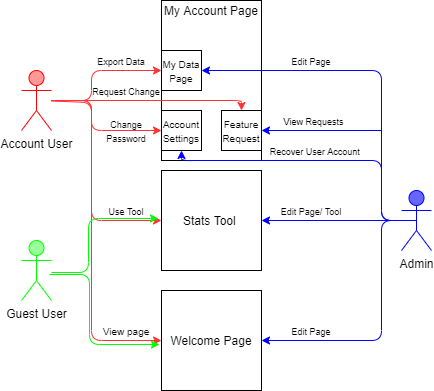
Earlier version of the draw.io export Use_Cases/Overalll_Use_Case.png (jbonvissuto/COSC412-Jackson-Bonvissuto). Source tidied: cells renumbered, new cells last; positions are measured from the earlier drawing's top-left corner, leaving out a move shared by most shapes. Its diagram source:
```xml
<mxGraphModel>
  <root>
    <mxCell id="0" />
    <mxCell id="1" parent="0" />
    <mxCell id="2" style="rounded=0;whiteSpace=wrap;html=1;" parent="1" vertex="1">
      <mxGeometry x="140" width="100" height="160" as="geometry" />
    </mxCell>
    <mxCell id="3" value="Account User" style="shape=umlActor;verticalLabelPosition=bottom;verticalAlign=top;html=1;outlineConnect=0;strokeColor=#FF0000;fillColor=#FF9999;" parent="1" vertex="1">
      <mxGeometry y="70" width="30" height="60" as="geometry" />
    </mxCell>
    <mxCell id="4" value="Guest User&lt;br&gt;" style="shape=umlActor;verticalLabelPosition=bottom;verticalAlign=top;html=1;strokeColor=#00FF00;fillColor=#99FF99;" parent="1" vertex="1">
      <mxGeometry y="240" width="30" height="60" as="geometry" />
    </mxCell>
    <mxCell id="5" value="Admin&lt;br&gt;" style="shape=umlActor;verticalLabelPosition=bottom;verticalAlign=top;html=1;outlineConnect=0;strokeColor=#0000FF;fillColor=#6666FF;" parent="1" vertex="1">
      <mxGeometry x="380" y="190" width="30" height="60" as="geometry" />
    </mxCell>
    <mxCell id="6" value="Welcome Page" style="whiteSpace=wrap;html=1;strokeColor=#000000;fillColor=#FFFFFF;" parent="1" vertex="1">
      <mxGeometry x="140" y="290" width="100" height="100" as="geometry" />
    </mxCell>
    <mxCell id="7" value="Stats Tool&amp;nbsp;" style="whiteSpace=wrap;html=1;strokeColor=#000000;fillColor=#FFFFFF;" parent="1" vertex="1">
      <mxGeometry x="140" y="170" width="100" height="100" as="geometry" />
    </mxCell>
    <mxCell id="8" value="&lt;font style=&quot;font-size: 10px&quot;&gt;My Data Page&lt;/font&gt;" style="whiteSpace=wrap;html=1;strokeColor=#000000;fillColor=#FFFFFF;" parent="1" vertex="1">
      <mxGeometry x="140" y="50" width="40" height="40" as="geometry" />
    </mxCell>
    <mxCell id="9" value="&lt;font style=&quot;font-size: 10px&quot;&gt;Feature Request&lt;/font&gt;" style="whiteSpace=wrap;html=1;strokeColor=#000000;fillColor=#FFFFFF;" parent="1" vertex="1">
      <mxGeometry x="200" y="110" width="40" height="40" as="geometry" />
    </mxCell>
    <mxCell id="10" value="&lt;font style=&quot;font-size: 10px&quot;&gt;Account Settings&lt;/font&gt;" style="rounded=0;whiteSpace=wrap;html=1;strokeColor=#000000;fillColor=#FFFFFF;" parent="1" vertex="1">
      <mxGeometry x="140" y="110" width="40" height="40" as="geometry" />
    </mxCell>
    <mxCell id="11" style="endArrow=classic;html=1;entryX=0;entryY=0.5;entryDx=0;entryDy=0;strokeColor=#FF3333;" parent="1" edge="1" source="3" target="7">
      <mxGeometry relative="1" as="geometry">
        <Array as="points">
          <mxPoint x="70" y="100" />
          <mxPoint x="70" y="220" />
        </Array>
      </mxGeometry>
    </mxCell>
    <mxCell id="12" style="endArrow=classic;html=1;entryX=0;entryY=0.5;entryDx=0;entryDy=0;strokeColor=#FF3333;" parent="1" edge="1" source="3" target="8">
      <mxGeometry relative="1" as="geometry">
        <Array as="points">
          <mxPoint x="70" y="100" />
          <mxPoint x="70" y="70" />
        </Array>
      </mxGeometry>
    </mxCell>
    <mxCell id="13" style="endArrow=classic;html=1;entryX=0;entryY=0.5;entryDx=0;entryDy=0;strokeColor=#FF3333;" parent="1" edge="1" source="3" target="10">
      <mxGeometry relative="1" as="geometry">
        <Array as="points">
          <mxPoint x="70" y="102" />
          <mxPoint x="70" y="130" />
        </Array>
      </mxGeometry>
    </mxCell>
    <mxCell id="14" style="endArrow=classic;html=1;entryX=0.5;entryY=0;entryDx=0;entryDy=0;strokeColor=#FF3333;" parent="1" edge="1" source="3" target="9">
      <mxGeometry relative="1" as="geometry">
        <Array as="points">
          <mxPoint x="220" y="100" />
        </Array>
      </mxGeometry>
    </mxCell>
    <mxCell id="15" style="endArrow=classic;html=1;entryX=0;entryY=0.5;entryDx=0;entryDy=0;strokeColor=#FF3333;" parent="1" edge="1" source="3" target="6">
      <mxGeometry relative="1" as="geometry">
        <Array as="points">
          <mxPoint x="70" y="100" />
          <mxPoint x="70" y="340" />
        </Array>
      </mxGeometry>
    </mxCell>
    <mxCell id="16" value="&lt;font style=&quot;font-size: 9px&quot;&gt;Export Data&lt;/font&gt;" style="text;html=1;strokeColor=none;fillColor=none;align=center;verticalAlign=middle;whiteSpace=wrap;rounded=0;" parent="1" vertex="1">
      <mxGeometry x="70" y="50" width="60" height="20" as="geometry" />
    </mxCell>
    <mxCell id="17" value="&lt;font style=&quot;font-size: 9px&quot;&gt;Request Change&lt;/font&gt;" style="text;html=1;strokeColor=none;fillColor=none;align=center;verticalAlign=middle;whiteSpace=wrap;rounded=0;" parent="1" vertex="1">
      <mxGeometry x="70" y="80" width="70" height="20" as="geometry" />
    </mxCell>
    <mxCell id="18" value="&lt;font style=&quot;font-size: 9px&quot;&gt;Change Password&lt;/font&gt;" style="text;html=1;strokeColor=none;fillColor=none;align=center;verticalAlign=middle;whiteSpace=wrap;rounded=0;" parent="1" vertex="1">
      <mxGeometry x="70" y="120" width="70" height="20" as="geometry" />
    </mxCell>
    <mxCell id="19" value="&lt;font style=&quot;font-size: 9px&quot;&gt;Use Tool&lt;/font&gt;" style="text;html=1;strokeColor=none;fillColor=none;align=center;verticalAlign=middle;whiteSpace=wrap;rounded=0;" parent="1" vertex="1">
      <mxGeometry x="70" y="200" width="70" height="20" as="geometry" />
    </mxCell>
    <mxCell id="20" value="&lt;font size=&quot;1&quot;&gt;View page&lt;/font&gt;" style="text;html=1;strokeColor=none;fillColor=none;align=center;verticalAlign=middle;whiteSpace=wrap;rounded=0;" parent="1" vertex="1">
      <mxGeometry x="70" y="320" width="70" height="20" as="geometry" />
    </mxCell>
    <mxCell id="21" style="endArrow=classic;html=1;strokeColor=#00FF00;entryX=1;entryY=1;entryDx=0;entryDy=0;fontStyle=1;" parent="1" edge="1">
      <mxGeometry relative="1" as="geometry">
        <mxPoint x="28" y="274" as="sourcePoint" />
        <mxPoint x="138" y="344" as="targetPoint" />
        <Array as="points">
          <mxPoint x="68" y="274" />
          <mxPoint x="68" y="344" />
        </Array>
      </mxGeometry>
    </mxCell>
    <mxCell id="22" style="endArrow=classic;html=1;strokeColor=#00FF00;entryX=1;entryY=1;entryDx=0;entryDy=0;" parent="1" edge="1">
      <mxGeometry relative="1" as="geometry">
        <mxPoint x="30" y="272" as="sourcePoint" />
        <mxPoint x="137" y="218" as="targetPoint" />
        <Array as="points">
          <mxPoint x="67" y="272" />
          <mxPoint x="67" y="218" />
        </Array>
      </mxGeometry>
    </mxCell>
    <mxCell id="23" style="endArrow=classic;html=1;strokeColor=#0000FF;exitX=0.5;exitY=0.5;exitDx=0;exitDy=0;exitPerimeter=0;entryX=1;entryY=0.5;entryDx=0;entryDy=0;" parent="1" edge="1" source="5" target="7">
      <mxGeometry relative="1" as="geometry" />
    </mxCell>
    <mxCell id="24" style="endArrow=classic;html=1;strokeColor=#0000FF;exitX=0.5;exitY=0.5;exitDx=0;exitDy=0;exitPerimeter=0;entryX=1;entryY=0.5;entryDx=0;entryDy=0;" parent="1" edge="1" source="5" target="8">
      <mxGeometry relative="1" as="geometry">
        <Array as="points">
          <mxPoint x="360" y="220" />
          <mxPoint x="360" y="70" />
        </Array>
      </mxGeometry>
    </mxCell>
    <mxCell id="25" style="endArrow=classic;html=1;strokeColor=#0000FF;exitX=0.5;exitY=0.5;exitDx=0;exitDy=0;exitPerimeter=0;entryX=0.5;entryY=1;entryDx=0;entryDy=0;" parent="1" edge="1" source="5" target="10">
      <mxGeometry relative="1" as="geometry">
        <Array as="points">
          <mxPoint x="360" y="220" />
          <mxPoint x="360" y="160" />
          <mxPoint x="160" y="160" />
        </Array>
      </mxGeometry>
    </mxCell>
    <mxCell id="26" style="endArrow=classic;html=1;strokeColor=#0000FF;entryX=1;entryY=0.5;entryDx=0;entryDy=0;exitX=0.5;exitY=0.5;exitDx=0;exitDy=0;exitPerimeter=0;" parent="1" edge="1" source="5" target="6">
      <mxGeometry relative="1" as="geometry">
        <Array as="points">
          <mxPoint x="360" y="220" />
          <mxPoint x="360" y="340" />
        </Array>
      </mxGeometry>
    </mxCell>
    <mxCell id="27" style="endArrow=classic;html=1;strokeColor=#0000FF;entryX=1;entryY=0.5;entryDx=0;entryDy=0;" parent="1" edge="1" target="9">
      <mxGeometry relative="1" as="geometry">
        <mxPoint x="360" y="130" as="sourcePoint" />
      </mxGeometry>
    </mxCell>
    <mxCell id="28" value="&lt;font style=&quot;font-size: 9px&quot;&gt;Edit Page&lt;/font&gt;" style="text;html=1;strokeColor=none;fillColor=none;align=center;verticalAlign=middle;whiteSpace=wrap;rounded=0;" parent="1" vertex="1">
      <mxGeometry x="260" y="320" width="60" height="20" as="geometry" />
    </mxCell>
    <mxCell id="29" value="&lt;font style=&quot;font-size: 9px&quot;&gt;Edit Page/ Tool&lt;/font&gt;" style="text;html=1;strokeColor=none;fillColor=none;align=center;verticalAlign=middle;whiteSpace=wrap;rounded=0;" parent="1" vertex="1">
      <mxGeometry x="250" y="200" width="80" height="20" as="geometry" />
    </mxCell>
    <mxCell id="30" value="&lt;font style=&quot;font-size: 9px&quot;&gt;View Requests&lt;/font&gt;" style="text;html=1;strokeColor=none;fillColor=none;align=center;verticalAlign=middle;whiteSpace=wrap;rounded=0;" parent="1" vertex="1">
      <mxGeometry x="255" y="110" width="75" height="20" as="geometry" />
    </mxCell>
    <mxCell id="31" value="&lt;font style=&quot;font-size: 9px&quot;&gt;Recover User Account&amp;nbsp;&lt;/font&gt;" style="text;html=1;strokeColor=none;fillColor=none;align=center;verticalAlign=middle;whiteSpace=wrap;rounded=0;" parent="1" vertex="1">
      <mxGeometry x="240" y="140" width="110" height="20" as="geometry" />
    </mxCell>
    <mxCell id="32" value="&lt;font style=&quot;font-size: 9px&quot;&gt;Edit Page&lt;/font&gt;" style="text;html=1;strokeColor=none;fillColor=none;align=center;verticalAlign=middle;whiteSpace=wrap;rounded=0;" parent="1" vertex="1">
      <mxGeometry x="260" y="50" width="60" height="20" as="geometry" />
    </mxCell>
    <mxCell id="33" value="My Account Page" style="text;html=1;strokeColor=none;fillColor=none;align=center;verticalAlign=middle;whiteSpace=wrap;rounded=0;" parent="1" vertex="1">
      <mxGeometry x="140" width="100" height="20" as="geometry" />
    </mxCell>
  </root>
</mxGraphModel>
```
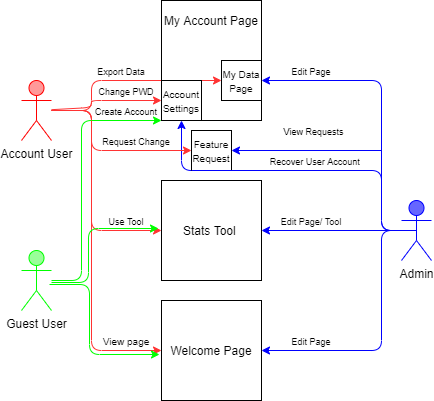
After the change.

What changed in the source:
```diff
@@ -3,7 +3,7 @@
     <mxCell id="0" />
     <mxCell id="1" parent="0" />
     <mxCell id="2" style="rounded=0;whiteSpace=wrap;html=1;" parent="1" vertex="1">
-      <mxGeometry x="140" width="100" height="160" as="geometry" />
+      <mxGeometry x="140" y="-10" width="100" height="120" as="geometry" />
     </mxCell>
     <mxCell id="3" value="Account User" style="shape=umlActor;verticalLabelPosition=bottom;verticalAlign=top;html=1;outlineConnect=0;strokeColor=#FF0000;fillColor=#FF9999;" parent="1" vertex="1">
       <mxGeometry y="70" width="30" height="60" as="geometry" />
@@ -21,14 +21,11 @@
       <mxGeometry x="140" y="170" width="100" height="100" as="geometry" />
     </mxCell>
     <mxCell id="8" value="&lt;font style=&quot;font-size: 10px&quot;&gt;My Data Page&lt;/font&gt;" style="whiteSpace=wrap;html=1;strokeColor=#000000;fillColor=#FFFFFF;" parent="1" vertex="1">
-      <mxGeometry x="140" y="50" width="40" height="40" as="geometry" />
+      <mxGeometry x="200" y="50" width="40" height="40" as="geometry" />
     </mxCell>
     <mxCell id="9" value="&lt;font style=&quot;font-size: 10px&quot;&gt;Feature Request&lt;/font&gt;" style="whiteSpace=wrap;html=1;strokeColor=#000000;fillColor=#FFFFFF;" parent="1" vertex="1">
-      <mxGeometry x="200" y="110" width="40" height="40" as="geometry" />
+      <mxGeometry x="170" y="120" width="40" height="40" as="geometry" />
     </mxCell>
-    <mxCell id="10" value="&lt;font style=&quot;font-size: 10px&quot;&gt;Account Settings&lt;/font&gt;" style="rounded=0;whiteSpace=wrap;html=1;strokeColor=#000000;fillColor=#FFFFFF;" parent="1" vertex="1">
-      <mxGeometry x="140" y="110" width="40" height="40" as="geometry" />
-    </mxCell>
     <mxCell id="11" style="endArrow=classic;html=1;entryX=0;entryY=0.5;entryDx=0;entryDy=0;strokeColor=#FF3333;" parent="1" edge="1" source="3" target="7">
       <mxGeometry relative="1" as="geometry">
         <Array as="points">
@@ -48,18 +45,11 @@
     <mxCell id="13" style="endArrow=classic;html=1;entryX=0;entryY=0.5;entryDx=0;entryDy=0;strokeColor=#FF3333;" parent="1" edge="1" source="3" target="10">
       <mxGeometry relative="1" as="geometry">
         <Array as="points">
-          <mxPoint x="70" y="102" />
-          <mxPoint x="70" y="130" />
+          <mxPoint x="70" y="97" />
+          <mxPoint x="70" y="90" />
         </Array>
       </mxGeometry>
     </mxCell>
-    <mxCell id="14" style="endArrow=classic;html=1;entryX=0.5;entryY=0;entryDx=0;entryDy=0;strokeColor=#FF3333;" parent="1" edge="1" source="3" target="9">
-      <mxGeometry relative="1" as="geometry">
-        <Array as="points">
-          <mxPoint x="220" y="100" />
-        </Array>
-      </mxGeometry>
-    </mxCell>
     <mxCell id="15" style="endArrow=classic;html=1;entryX=0;entryY=0.5;entryDx=0;entryDy=0;strokeColor=#FF3333;" parent="1" edge="1" source="3" target="6">
       <mxGeometry relative="1" as="geometry">
         <Array as="points">
@@ -72,10 +62,10 @@
       <mxGeometry x="70" y="50" width="60" height="20" as="geometry" />
     </mxCell>
     <mxCell id="17" value="&lt;font style=&quot;font-size: 9px&quot;&gt;Request Change&lt;/font&gt;" style="text;html=1;strokeColor=none;fillColor=none;align=center;verticalAlign=middle;whiteSpace=wrap;rounded=0;" parent="1" vertex="1">
-      <mxGeometry x="70" y="80" width="70" height="20" as="geometry" />
+      <mxGeometry x="80" y="120" width="70" height="20" as="geometry" />
     </mxCell>
-    <mxCell id="18" value="&lt;font style=&quot;font-size: 9px&quot;&gt;Change Password&lt;/font&gt;" style="text;html=1;strokeColor=none;fillColor=none;align=center;verticalAlign=middle;whiteSpace=wrap;rounded=0;" parent="1" vertex="1">
-      <mxGeometry x="70" y="120" width="70" height="20" as="geometry" />
+    <mxCell id="18" value="&lt;font style=&quot;font-size: 9px&quot;&gt;Change PWD&lt;/font&gt;" style="text;html=1;strokeColor=none;fillColor=none;align=center;verticalAlign=middle;whiteSpace=wrap;rounded=0;" parent="1" vertex="1">
+      <mxGeometry x="70" y="70" width="70" height="20" as="geometry" />
     </mxCell>
     <mxCell id="19" value="&lt;font style=&quot;font-size: 9px&quot;&gt;Use Tool&lt;/font&gt;" style="text;html=1;strokeColor=none;fillColor=none;align=center;verticalAlign=middle;whiteSpace=wrap;rounded=0;" parent="1" vertex="1">
       <mxGeometry x="70" y="200" width="70" height="20" as="geometry" />
@@ -106,14 +96,6 @@
     <mxCell id="23" style="endArrow=classic;html=1;strokeColor=#0000FF;exitX=0.5;exitY=0.5;exitDx=0;exitDy=0;exitPerimeter=0;entryX=1;entryY=0.5;entryDx=0;entryDy=0;" parent="1" edge="1" source="5" target="7">
       <mxGeometry relative="1" as="geometry" />
     </mxCell>
-    <mxCell id="24" style="endArrow=classic;html=1;strokeColor=#0000FF;exitX=0.5;exitY=0.5;exitDx=0;exitDy=0;exitPerimeter=0;entryX=1;entryY=0.5;entryDx=0;entryDy=0;" parent="1" edge="1" source="5" target="8">
-      <mxGeometry relative="1" as="geometry">
-        <Array as="points">
-          <mxPoint x="360" y="220" />
-          <mxPoint x="360" y="70" />
-        </Array>
-      </mxGeometry>
-    </mxCell>
     <mxCell id="25" style="endArrow=classic;html=1;strokeColor=#0000FF;exitX=0.5;exitY=0.5;exitDx=0;exitDy=0;exitPerimeter=0;entryX=0.5;entryY=1;entryDx=0;entryDy=0;" parent="1" edge="1" source="5" target="10">
       <mxGeometry relative="1" as="geometry">
         <Array as="points">
@@ -133,7 +115,7 @@
     </mxCell>
     <mxCell id="27" style="endArrow=classic;html=1;strokeColor=#0000FF;entryX=1;entryY=0.5;entryDx=0;entryDy=0;" parent="1" edge="1" target="9">
       <mxGeometry relative="1" as="geometry">
-        <mxPoint x="360" y="130" as="sourcePoint" />
+        <mxPoint x="360" y="140" as="sourcePoint" />
       </mxGeometry>
     </mxCell>
     <mxCell id="28" value="&lt;font style=&quot;font-size: 9px&quot;&gt;Edit Page&lt;/font&gt;" style="text;html=1;strokeColor=none;fillColor=none;align=center;verticalAlign=middle;whiteSpace=wrap;rounded=0;" parent="1" vertex="1">
@@ -154,5 +136,37 @@
     <mxCell id="33" value="My Account Page" style="text;html=1;strokeColor=none;fillColor=none;align=center;verticalAlign=middle;whiteSpace=wrap;rounded=0;" parent="1" vertex="1">
       <mxGeometry x="140" width="100" height="20" as="geometry" />
     </mxCell>
+    <mxCell id="24" style="endArrow=classic;html=1;strokeColor=#0000FF;exitX=0.5;exitY=0.5;exitDx=0;exitDy=0;exitPerimeter=0;" parent="1" edge="1" source="5" target="8">
+      <mxGeometry relative="1" as="geometry">
+        <Array as="points">
+          <mxPoint x="360" y="220" />
+          <mxPoint x="360" y="70" />
+        </Array>
+      </mxGeometry>
+    </mxCell>
+    <mxCell id="10" value="&lt;font style=&quot;font-size: 10px&quot;&gt;Account Settings&lt;/font&gt;" style="rounded=0;whiteSpace=wrap;html=1;strokeColor=#000000;fillColor=#FFFFFF;" parent="1" vertex="1">
+      <mxGeometry x="140" y="70" width="40" height="40" as="geometry" />
+    </mxCell>
+    <mxCell id="14" style="endArrow=classic;html=1;entryX=0;entryY=0.5;entryDx=0;entryDy=0;strokeColor=#FF3333;" parent="1" edge="1" source="3" target="9">
+      <mxGeometry relative="1" as="geometry">
+        <Array as="points">
+          <mxPoint x="70" y="100" />
+          <mxPoint x="70" y="140" />
+        </Array>
+      </mxGeometry>
+    </mxCell>
+    <mxCell id="34" style="endArrow=classic;html=1;strokeColor=#00FF00;" parent="1" edge="1">
+      <mxGeometry relative="1" as="geometry">
+        <mxPoint x="30" y="270" as="sourcePoint" />
+        <mxPoint x="140" y="110" as="targetPoint" />
+        <Array as="points">
+          <mxPoint x="60" y="270" />
+          <mxPoint x="60" y="110" />
+        </Array>
+      </mxGeometry>
+    </mxCell>
+    <mxCell id="35" value="&lt;font style=&quot;font-size: 9px&quot;&gt;Create Account&lt;/font&gt;" style="text;html=1;strokeColor=none;fillColor=none;align=center;verticalAlign=middle;whiteSpace=wrap;rounded=0;" parent="1" vertex="1">
+      <mxGeometry x="70" y="90" width="70" height="20" as="geometry" />
+    </mxCell>
   </root>
 </mxGraphModel>
```
